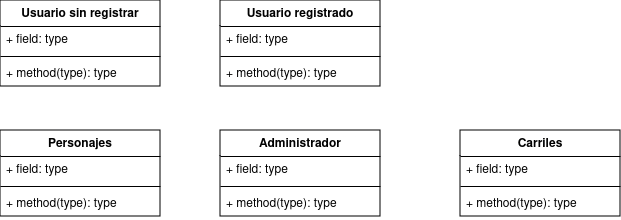
Earlier version of the draw.io export images/diagrama clases.drawio.png (mahoramas/LOLpedia-App). Source tidied: cells renumbered, new cells last; positions are measured from the earlier drawing's top-left corner, leaving out a move shared by most shapes.
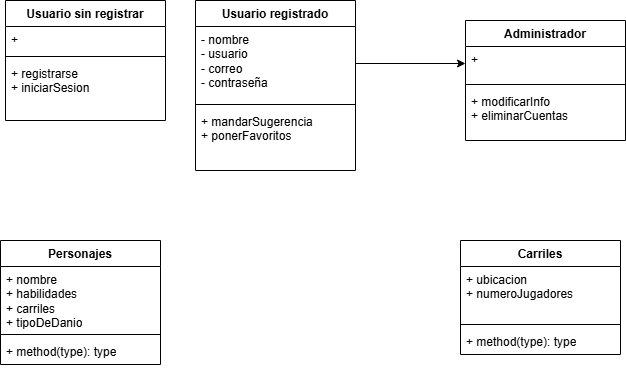
The same diagram one commit later.

What changed in the source:
```diff
@@ -3,64 +3,67 @@
     <mxCell id="0" />
     <mxCell id="1" parent="0" />
     <mxCell id="2" value="Usuario sin registrar" style="swimlane;fontStyle=1;align=center;verticalAlign=top;horizontal=1;startSize=26;whiteSpace=wrap;html=1;" parent="1" vertex="1">
-      <mxGeometry width="160" height="86" as="geometry" />
+      <mxGeometry x="-40" y="-80" width="160" height="120" as="geometry" />
     </mxCell>
-    <mxCell id="3" value="+ field: type" style="text;strokeColor=none;fillColor=none;align=left;verticalAlign=top;spacingLeft=4;spacingRight=4;overflow=hidden;whiteSpace=wrap;html=1;" parent="2" vertex="1">
+    <mxCell id="3" value="+" style="text;strokeColor=none;fillColor=none;align=left;verticalAlign=top;spacingLeft=4;spacingRight=4;overflow=hidden;whiteSpace=wrap;html=1;" parent="2" vertex="1">
       <mxGeometry y="26" width="160" height="26" as="geometry" />
     </mxCell>
     <mxCell id="4" style="line;strokeWidth=1;fillColor=none;align=left;verticalAlign=middle;spacingTop=-1;spacingLeft=3;spacingRight=3;labelPosition=right;strokeColor=inherit;" parent="2" vertex="1">
       <mxGeometry y="52" width="160" height="8" as="geometry" />
     </mxCell>
-    <mxCell id="5" value="+ method(type): type" style="text;strokeColor=none;fillColor=none;align=left;verticalAlign=top;spacingLeft=4;spacingRight=4;overflow=hidden;whiteSpace=wrap;html=1;" parent="2" vertex="1">
-      <mxGeometry y="60" width="160" height="26" as="geometry" />
+    <mxCell id="5" value="+ registrarse&lt;div&gt;&lt;span style=&quot;background-color: transparent; color: light-dark(rgb(0, 0, 0), rgb(255, 255, 255));&quot;&gt;+ iniciarSesion&lt;/span&gt;&lt;/div&gt;" style="text;strokeColor=none;fillColor=none;align=left;verticalAlign=top;spacingLeft=4;spacingRight=4;overflow=hidden;whiteSpace=wrap;html=1;" parent="2" vertex="1">
+      <mxGeometry y="60" width="160" height="60" as="geometry" />
     </mxCell>
     <mxCell id="6" value="Usuario registrado" style="swimlane;fontStyle=1;align=center;verticalAlign=top;horizontal=1;startSize=26;whiteSpace=wrap;html=1;" parent="1" vertex="1">
-      <mxGeometry x="220" width="160" height="86" as="geometry" />
+      <mxGeometry x="150" y="-80" width="160" height="170" as="geometry" />
     </mxCell>
-    <mxCell id="7" value="+ field: type" style="text;strokeColor=none;fillColor=none;align=left;verticalAlign=top;spacingLeft=4;spacingRight=4;overflow=hidden;points=[[0,0.5],[1,0.5]];portConstraint=eastwest;whiteSpace=wrap;html=1;" parent="6" vertex="1">
-      <mxGeometry y="26" width="160" height="26" as="geometry" />
+    <mxCell id="7" value="- nombre&lt;div&gt;- usuario&lt;/div&gt;&lt;div&gt;- correo&lt;/div&gt;&lt;div&gt;- contraseña&lt;/div&gt;" style="text;strokeColor=none;fillColor=none;align=left;verticalAlign=top;spacingLeft=4;spacingRight=4;overflow=hidden;points=[[0,0.5],[1,0.5]];portConstraint=eastwest;whiteSpace=wrap;html=1;" parent="6" vertex="1">
+      <mxGeometry y="26" width="160" height="74" as="geometry" />
     </mxCell>
     <mxCell id="8" style="line;strokeWidth=1;fillColor=none;align=left;verticalAlign=middle;spacingTop=-1;spacingLeft=3;spacingRight=3;labelPosition=right;strokeColor=inherit;" parent="6" vertex="1">
-      <mxGeometry y="52" width="160" height="8" as="geometry" />
+      <mxGeometry y="100" width="160" height="8" as="geometry" />
     </mxCell>
-    <mxCell id="9" value="+ method(type): type" style="text;strokeColor=none;fillColor=none;align=left;verticalAlign=top;spacingLeft=4;spacingRight=4;overflow=hidden;whiteSpace=wrap;html=1;" parent="6" vertex="1">
-      <mxGeometry y="60" width="160" height="26" as="geometry" />
+    <mxCell id="9" value="+ mandarSugerencia&lt;div&gt;+ ponerFavoritos&lt;/div&gt;&lt;div&gt;&lt;br&gt;&lt;/div&gt;" style="text;strokeColor=none;fillColor=none;align=left;verticalAlign=top;spacingLeft=4;spacingRight=4;overflow=hidden;whiteSpace=wrap;html=1;" parent="6" vertex="1">
+      <mxGeometry y="108" width="160" height="62" as="geometry" />
     </mxCell>
     <mxCell id="10" value="Administrador" style="swimlane;fontStyle=1;align=center;verticalAlign=top;horizontal=1;startSize=26;whiteSpace=wrap;html=1;" parent="1" vertex="1">
-      <mxGeometry x="220" y="130" width="160" height="86" as="geometry" />
+      <mxGeometry x="420" y="-60" width="160" height="120" as="geometry" />
     </mxCell>
-    <mxCell id="11" value="+ field: type" style="text;strokeColor=none;fillColor=none;align=left;verticalAlign=top;spacingLeft=4;spacingRight=4;overflow=hidden;points=[[0,0.5],[1,0.5]];portConstraint=eastwest;whiteSpace=wrap;html=1;" parent="10" vertex="1">
-      <mxGeometry y="26" width="160" height="26" as="geometry" />
+    <mxCell id="11" value="+&amp;nbsp;" style="text;strokeColor=none;fillColor=none;align=left;verticalAlign=top;spacingLeft=4;spacingRight=4;overflow=hidden;points=[[0,0.5],[1,0.5]];portConstraint=eastwest;whiteSpace=wrap;html=1;" parent="10" vertex="1">
+      <mxGeometry y="26" width="160" height="34" as="geometry" />
     </mxCell>
     <mxCell id="12" style="line;strokeWidth=1;fillColor=none;align=left;verticalAlign=middle;spacingTop=-1;spacingLeft=3;spacingRight=3;labelPosition=right;strokeColor=inherit;" parent="10" vertex="1">
-      <mxGeometry y="52" width="160" height="8" as="geometry" />
+      <mxGeometry y="60" width="160" height="8" as="geometry" />
     </mxCell>
-    <mxCell id="13" value="+ method(type): type" style="text;strokeColor=none;fillColor=none;align=left;verticalAlign=top;spacingLeft=4;spacingRight=4;overflow=hidden;whiteSpace=wrap;html=1;" parent="10" vertex="1">
-      <mxGeometry y="60" width="160" height="26" as="geometry" />
+    <mxCell id="13" value="+ modificarInfo&lt;div&gt;+ eliminarCuentas&lt;/div&gt;" style="text;strokeColor=none;fillColor=none;align=left;verticalAlign=top;spacingLeft=4;spacingRight=4;overflow=hidden;whiteSpace=wrap;html=1;" parent="10" vertex="1">
+      <mxGeometry y="68" width="160" height="52" as="geometry" />
     </mxCell>
     <mxCell id="14" value="Personajes" style="swimlane;fontStyle=1;align=center;verticalAlign=top;horizontal=1;startSize=26;whiteSpace=wrap;html=1;" parent="1" vertex="1">
-      <mxGeometry y="130" width="160" height="86" as="geometry" />
+      <mxGeometry x="-45" y="160" width="160" height="124" as="geometry" />
     </mxCell>
-    <mxCell id="15" value="+ field: type" style="text;strokeColor=none;fillColor=none;align=left;verticalAlign=top;spacingLeft=4;spacingRight=4;overflow=hidden;whiteSpace=wrap;html=1;" parent="14" vertex="1">
-      <mxGeometry y="26" width="160" height="26" as="geometry" />
+    <mxCell id="15" value="+ nombre&lt;div&gt;+ habilidades&lt;/div&gt;&lt;div&gt;+ carriles&lt;/div&gt;&lt;div&gt;+ tipoDeDanio&lt;/div&gt;" style="text;strokeColor=none;fillColor=none;align=left;verticalAlign=top;spacingLeft=4;spacingRight=4;overflow=hidden;whiteSpace=wrap;html=1;" parent="14" vertex="1">
+      <mxGeometry y="26" width="160" height="64" as="geometry" />
     </mxCell>
     <mxCell id="16" style="line;strokeWidth=1;fillColor=none;align=left;verticalAlign=middle;spacingTop=-1;spacingLeft=3;spacingRight=3;labelPosition=right;strokeColor=inherit;" parent="14" vertex="1">
-      <mxGeometry y="52" width="160" height="8" as="geometry" />
+      <mxGeometry y="90" width="160" height="8" as="geometry" />
     </mxCell>
     <mxCell id="17" value="+ method(type): type" style="text;strokeColor=none;fillColor=none;align=left;verticalAlign=top;spacingLeft=4;spacingRight=4;overflow=hidden;whiteSpace=wrap;html=1;" parent="14" vertex="1">
-      <mxGeometry y="60" width="160" height="26" as="geometry" />
+      <mxGeometry y="98" width="160" height="26" as="geometry" />
     </mxCell>
     <mxCell id="18" value="Carriles" style="swimlane;fontStyle=1;align=center;verticalAlign=top;horizontal=1;startSize=26;whiteSpace=wrap;html=1;" parent="1" vertex="1">
-      <mxGeometry x="460" y="130" width="160" height="86" as="geometry" />
+      <mxGeometry x="415" y="160" width="160" height="114" as="geometry" />
     </mxCell>
-    <mxCell id="19" value="+ field: type" style="text;strokeColor=none;fillColor=none;align=left;verticalAlign=top;spacingLeft=4;spacingRight=4;overflow=hidden;whiteSpace=wrap;html=1;" parent="18" vertex="1">
-      <mxGeometry y="26" width="160" height="26" as="geometry" />
+    <mxCell id="19" value="+ ubicacion&lt;div&gt;+ numeroJugadores&lt;/div&gt;" style="text;strokeColor=none;fillColor=none;align=left;verticalAlign=top;spacingLeft=4;spacingRight=4;overflow=hidden;whiteSpace=wrap;html=1;" parent="18" vertex="1">
+      <mxGeometry y="26" width="160" height="54" as="geometry" />
     </mxCell>
     <mxCell id="20" style="line;strokeWidth=1;fillColor=none;align=left;verticalAlign=middle;spacingTop=-1;spacingLeft=3;spacingRight=3;labelPosition=right;strokeColor=inherit;" parent="18" vertex="1">
-      <mxGeometry y="52" width="160" height="8" as="geometry" />
+      <mxGeometry y="80" width="160" height="8" as="geometry" />
     </mxCell>
     <mxCell id="21" value="+ method(type): type" style="text;strokeColor=none;fillColor=none;align=left;verticalAlign=top;spacingLeft=4;spacingRight=4;overflow=hidden;whiteSpace=wrap;html=1;" parent="18" vertex="1">
-      <mxGeometry y="60" width="160" height="26" as="geometry" />
+      <mxGeometry y="88" width="160" height="26" as="geometry" />
     </mxCell>
+    <mxCell id="22" style="edgeStyle=orthogonalEdgeStyle;rounded=0;jettySize=auto;html=1;entryX=0;entryY=0.5;entryDx=0;entryDy=0;" parent="1" edge="1" source="7" target="11">
+      <mxGeometry relative="1" as="geometry" />
+    </mxCell>
   </root>
 </mxGraphModel>
```
